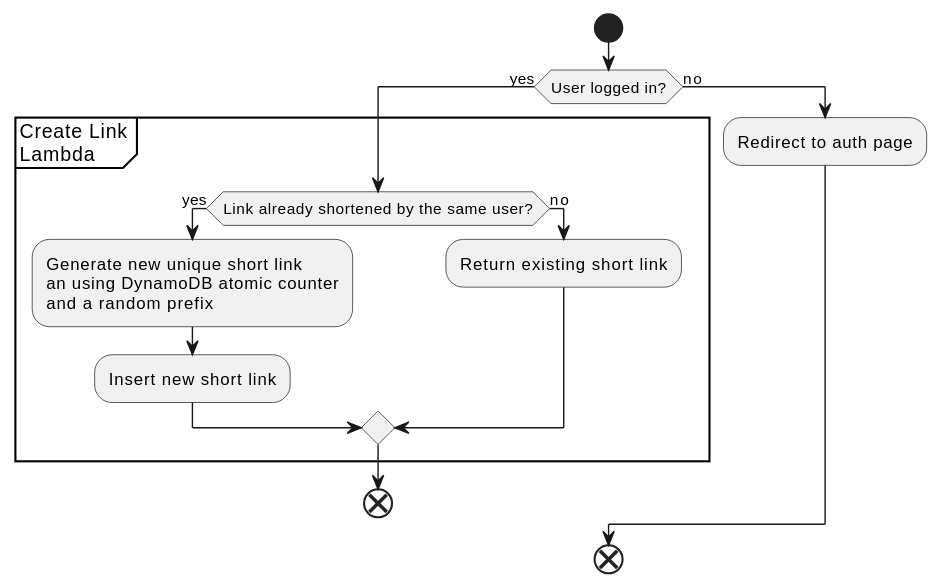
Earlier version of the PlantUML export images/flowchart_02_create_link.svg (mourjo/liliput). The source it was exported from:
```plantuml
@startuml
start
if (User logged in?) then (yes)
    partition "Create Link\nLambda" {
    if (Link already shortened by the same user?) then (yes)
    :Generate new unique short link\nan using DynamoDB atomic counter\nand a random prefix;
    :Insert new short link;
    else (no)
    :Return existing short link;
    endif
    }
end


else (no)
:Redirect to auth page;
endif
end
@enduml
```
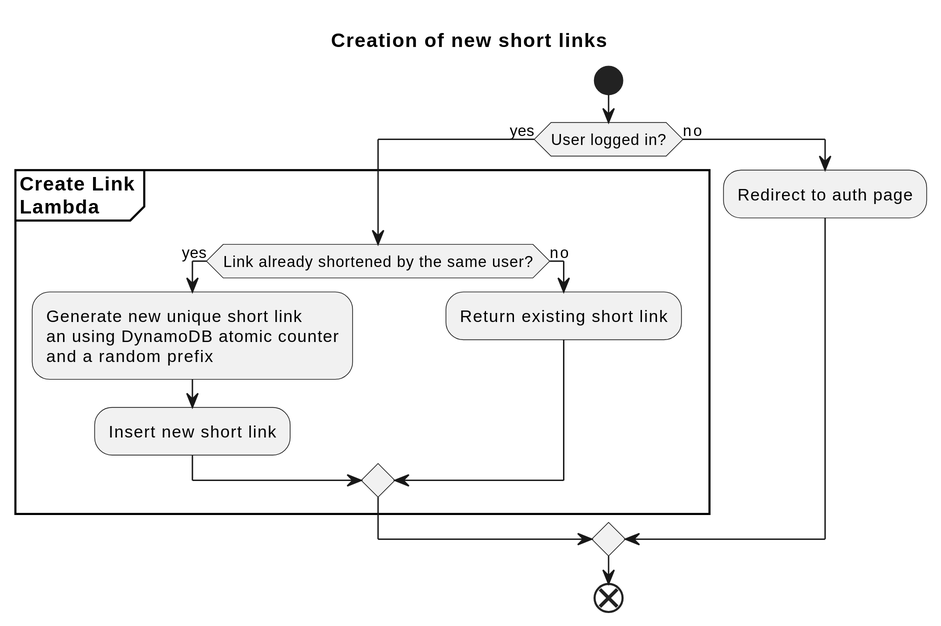
Later version of the same file.

What changed in the source:
```diff
@@ -1,7 +1,10 @@
 @startuml
+title "Creation of new short links"
+scale 2
+
 start
 if (User logged in?) then (yes)
-    partition "Create Link\nLambda" {
+    partition "**Create Link**\n**Lambda**" {
     if (Link already shortened by the same user?) then (yes)
     :Generate new unique short link\nan using DynamoDB atomic counter\nand a random prefix;
     :Insert new short link;
@@ -9,8 +12,6 @@
     :Return existing short link;
     endif
     }
-end
-
 
 else (no)
 :Redirect to auth page;
```
